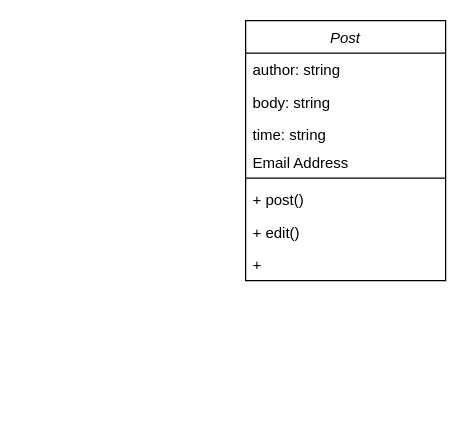
This is Klassdiagram.drawio from krumilurfigur/lobbok2, a draw.io file, before an edit. Source tidied: cells renumbered, new cells numbered last; positions are measured from the earlier drawing's top-left corner, leaving out a move shared by most shapes. Both pictures are drawn from the tidied source at 125%, with x=0, y=0 at pixel (245, 20).
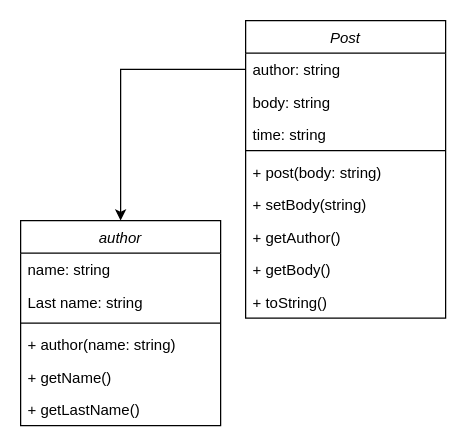
The same diagram, later.

Diff of the diagram source:
```diff
@@
 <mxGraphModel>
   <root>
     <mxCell id="0" />
     <mxCell id="1" parent="0" />
     <mxCell id="2" value="Post" style="swimlane;fontStyle=2;align=center;verticalAlign=top;horizontal=1;startSize=26;rounded=0;shadow=0;strokeWidth=1;" parent="1" vertex="1">
-      <mxGeometry width="160" height="208" as="geometry" />
+      <mxGeometry width="160" height="238" as="geometry" />
     </mxCell>
     <mxCell id="3" value="author: string" style="text;align=left;verticalAlign=top;spacingLeft=4;spacingRight=4;overflow=hidden;points=[[0,0.5],[1,0.5]];portConstraint=eastwest;" parent="2" vertex="1">
       <mxGeometry y="26" width="160" height="26" as="geometry" />
     </mxCell>
     <mxCell id="4" value="body: string" style="text;align=left;verticalAlign=top;spacingLeft=4;spacingRight=4;overflow=hidden;rounded=0;shadow=0;html=0;" parent="2" vertex="1">
       <mxGeometry y="52" width="160" height="26" as="geometry" />
     </mxCell>
     <mxCell id="5" value="time: string" style="text;align=left;verticalAlign=top;spacingLeft=4;spacingRight=4;overflow=hidden;rounded=0;shadow=0;html=0;" parent="2" vertex="1">
       <mxGeometry y="78" width="160" height="22" as="geometry" />
     </mxCell>
-    <mxCell id="6" value="Email Address" style="text;align=left;verticalAlign=top;spacingLeft=4;spacingRight=4;overflow=hidden;rounded=0;shadow=0;html=0;" parent="2" vertex="1">
-      <mxGeometry y="100" width="160" height="22" as="geometry" />
-    </mxCell>
     <mxCell id="7" style="line;html=1;strokeWidth=1;align=left;verticalAlign=middle;spacingTop=-1;spacingLeft=3;spacingRight=3;labelPosition=right;" parent="2" vertex="1">
-      <mxGeometry y="122" width="160" height="8" as="geometry" />
+      <mxGeometry y="100" width="160" height="8" as="geometry" />
     </mxCell>
-    <mxCell id="8" value="+ post()" style="text;align=left;verticalAlign=top;spacingLeft=4;spacingRight=4;overflow=hidden;" parent="2" vertex="1">
-      <mxGeometry y="130" width="160" height="26" as="geometry" />
+    <mxCell id="8" value="+ post(body: string)" style="text;align=left;verticalAlign=top;spacingLeft=4;spacingRight=4;overflow=hidden;" parent="2" vertex="1">
+      <mxGeometry y="108" width="160" height="26" as="geometry" />
     </mxCell>
-    <mxCell id="9" value="+ edit()" style="text;align=left;verticalAlign=top;spacingLeft=4;spacingRight=4;overflow=hidden;" parent="2" vertex="1">
-      <mxGeometry y="156" width="160" height="26" as="geometry" />
+    <mxCell id="9" value="+ setBody(string)" style="text;align=left;verticalAlign=top;spacingLeft=4;spacingRight=4;overflow=hidden;" parent="2" vertex="1">
+      <mxGeometry y="134" width="160" height="26" as="geometry" />
     </mxCell>
-    <mxCell id="10" value="+ " style="text;align=left;verticalAlign=top;spacingLeft=4;spacingRight=4;overflow=hidden;" parent="2" vertex="1">
-      <mxGeometry y="182" width="160" height="26" as="geometry" />
+    <mxCell id="10" value="+ getAuthor()" style="text;align=left;verticalAlign=top;spacingLeft=4;spacingRight=4;overflow=hidden;" parent="2" vertex="1">
+      <mxGeometry y="160" width="160" height="26" as="geometry" />
     </mxCell>
+    <mxCell id="11" value="+ getBody()" style="text;align=left;verticalAlign=top;spacingLeft=4;spacingRight=4;overflow=hidden;" parent="2" vertex="1">
+      <mxGeometry y="186" width="160" height="26" as="geometry" />
+    </mxCell>
+    <mxCell id="12" value="+ toString()" style="text;align=left;verticalAlign=top;spacingLeft=4;spacingRight=4;overflow=hidden;" parent="2" vertex="1">
+      <mxGeometry y="212" width="160" height="26" as="geometry" />
+    </mxCell>
+    <mxCell id="13" value="author" style="swimlane;fontStyle=2;align=center;verticalAlign=top;horizontal=1;startSize=26;rounded=0;shadow=0;strokeWidth=1;" parent="1" vertex="1">
+      <mxGeometry x="-180" y="160" width="160" height="164" as="geometry" />
+    </mxCell>
+    <mxCell id="14" value="name: string" style="text;align=left;verticalAlign=top;spacingLeft=4;spacingRight=4;overflow=hidden;" parent="13" vertex="1">
+      <mxGeometry y="26" width="160" height="26" as="geometry" />
+    </mxCell>
+    <mxCell id="15" value="Last name: string" style="text;align=left;verticalAlign=top;spacingLeft=4;spacingRight=4;overflow=hidden;rounded=0;shadow=0;html=0;" parent="13" vertex="1">
+      <mxGeometry y="52" width="160" height="26" as="geometry" />
+    </mxCell>
+    <mxCell id="16" style="line;html=1;strokeWidth=1;align=left;verticalAlign=middle;spacingTop=-1;spacingLeft=3;spacingRight=3;labelPosition=right;" parent="13" vertex="1">
+      <mxGeometry y="78" width="160" height="8" as="geometry" />
+    </mxCell>
+    <mxCell id="17" value="+ author(name: string)" style="text;align=left;verticalAlign=top;spacingLeft=4;spacingRight=4;overflow=hidden;" parent="13" vertex="1">
+      <mxGeometry y="86" width="160" height="26" as="geometry" />
+    </mxCell>
+    <mxCell id="18" value="+ getName()" style="text;align=left;verticalAlign=top;spacingLeft=4;spacingRight=4;overflow=hidden;" parent="13" vertex="1">
+      <mxGeometry y="112" width="160" height="26" as="geometry" />
+    </mxCell>
+    <mxCell id="19" value="+ getLastName()" style="text;align=left;verticalAlign=top;spacingLeft=4;spacingRight=4;overflow=hidden;" parent="13" vertex="1">
+      <mxGeometry y="138" width="160" height="26" as="geometry" />
+    </mxCell>
+    <mxCell id="20" style="edgeStyle=orthogonalEdgeStyle;rounded=0;jettySize=auto;html=1;exitX=0;exitY=0.5;exitDx=0;exitDy=0;entryX=0.5;entryY=0;entryDx=0;entryDy=0;" parent="1" edge="1" source="3" target="13">
+      <mxGeometry relative="1" as="geometry" />
+    </mxCell>
   </root>
 </mxGraphModel>
```
